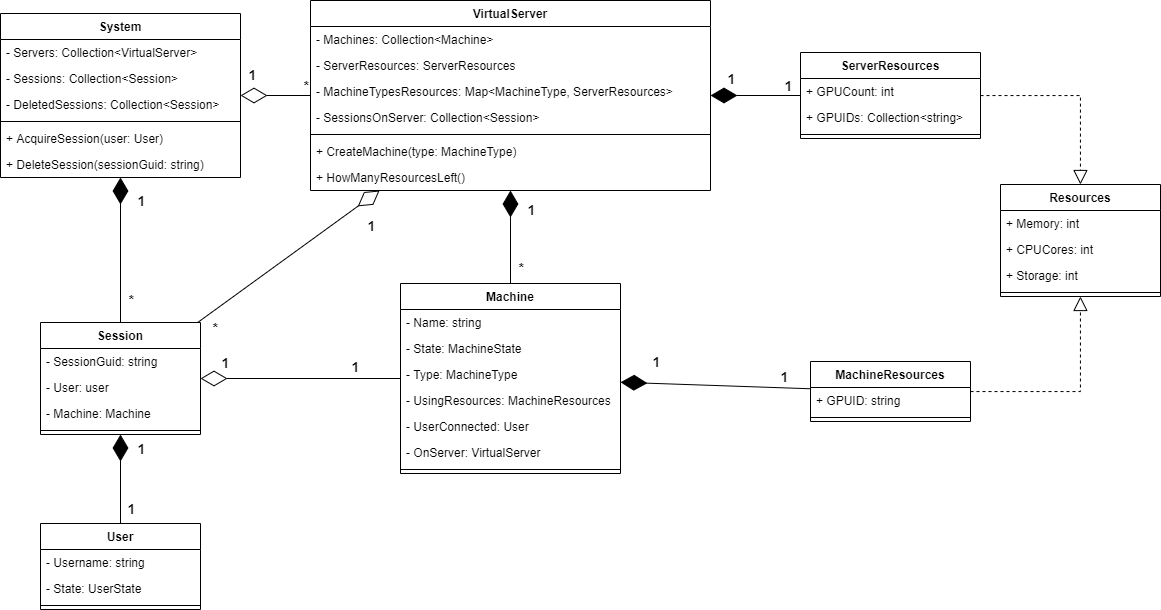
Earlier version of the draw.io export diagrams/class_diagrams/system_model.png (one-click-desktop/documentation). Source tidied: cells renumbered, new cells last; positions are measured from the earlier drawing's top-left corner, leaving out a move shared by most shapes. Its diagram source:
```xml
<mxGraphModel>
  <root>
    <mxCell id="0" />
    <mxCell id="1" parent="0" />
    <mxCell id="2" value="System" style="swimlane;fontStyle=1;align=center;verticalAlign=top;horizontal=1;startSize=26;" parent="1" vertex="1">
      <mxGeometry y="13" width="240" height="164" as="geometry" />
    </mxCell>
    <mxCell id="3" value="- Servers: Collection&lt;VirtualServer&gt;" style="text;strokeColor=none;fillColor=none;align=left;verticalAlign=top;spacingLeft=4;spacingRight=4;overflow=hidden;" parent="2" vertex="1">
      <mxGeometry y="26" width="240" height="26" as="geometry" />
    </mxCell>
    <mxCell id="4" value="- Sessions: Collection&lt;Session&gt;" style="text;strokeColor=none;fillColor=none;align=left;verticalAlign=top;spacingLeft=4;spacingRight=4;overflow=hidden;" parent="2" vertex="1">
      <mxGeometry y="52" width="240" height="26" as="geometry" />
    </mxCell>
    <mxCell id="5" value="- DeletedSessions: Collection&lt;Session&gt;" style="text;strokeColor=none;fillColor=none;align=left;verticalAlign=top;spacingLeft=4;spacingRight=4;overflow=hidden;" parent="2" vertex="1">
      <mxGeometry y="78" width="240" height="26" as="geometry" />
    </mxCell>
    <mxCell id="6" style="line;strokeWidth=1;fillColor=none;align=left;verticalAlign=middle;spacingTop=-1;spacingLeft=3;spacingRight=3;labelPosition=right;" parent="2" vertex="1">
      <mxGeometry y="104" width="240" height="8" as="geometry" />
    </mxCell>
    <mxCell id="7" value="+ AcquireSession(user: User)" style="text;strokeColor=none;fillColor=none;align=left;verticalAlign=top;spacingLeft=4;spacingRight=4;overflow=hidden;" parent="2" vertex="1">
      <mxGeometry y="112" width="240" height="26" as="geometry" />
    </mxCell>
    <mxCell id="8" value="+ DeleteSession(sessionGuid: string)" style="text;strokeColor=none;fillColor=none;align=left;verticalAlign=top;spacingLeft=4;spacingRight=4;overflow=hidden;" parent="2" vertex="1">
      <mxGeometry y="138" width="240" height="26" as="geometry" />
    </mxCell>
    <mxCell id="9" value="VirtualServer" style="swimlane;fontStyle=1;align=center;verticalAlign=top;horizontal=1;startSize=26;" parent="1" vertex="1">
      <mxGeometry x="310" width="400" height="190" as="geometry" />
    </mxCell>
    <mxCell id="10" value="- Machines: Collection&lt;Machine&gt;" style="text;strokeColor=none;fillColor=none;align=left;verticalAlign=top;spacingLeft=4;spacingRight=4;overflow=hidden;" parent="9" vertex="1">
      <mxGeometry y="26" width="400" height="26" as="geometry" />
    </mxCell>
    <mxCell id="11" value="- ServerResources: ServerResources" style="text;strokeColor=none;fillColor=none;align=left;verticalAlign=top;spacingLeft=4;spacingRight=4;overflow=hidden;" parent="9" vertex="1">
      <mxGeometry y="52" width="400" height="26" as="geometry" />
    </mxCell>
    <mxCell id="12" value="- MachineTypesResources: Map&lt;MachineType, ServerResources&gt;" style="text;strokeColor=none;fillColor=none;align=left;verticalAlign=top;spacingLeft=4;spacingRight=4;overflow=hidden;" parent="9" vertex="1">
      <mxGeometry y="78" width="400" height="26" as="geometry" />
    </mxCell>
    <mxCell id="13" value="- SessionsOnServer: Collection&lt;Session&gt;" style="text;strokeColor=none;fillColor=none;align=left;verticalAlign=top;spacingLeft=4;spacingRight=4;overflow=hidden;" parent="9" vertex="1">
      <mxGeometry y="104" width="400" height="26" as="geometry" />
    </mxCell>
    <mxCell id="14" style="line;strokeWidth=1;fillColor=none;align=left;verticalAlign=middle;spacingTop=-1;spacingLeft=3;spacingRight=3;labelPosition=right;" parent="9" vertex="1">
      <mxGeometry y="130" width="400" height="8" as="geometry" />
    </mxCell>
    <mxCell id="15" value="+ CreateMachine(type: MachineType)" style="text;strokeColor=none;fillColor=none;align=left;verticalAlign=top;spacingLeft=4;spacingRight=4;overflow=hidden;" parent="9" vertex="1">
      <mxGeometry y="138" width="400" height="26" as="geometry" />
    </mxCell>
    <mxCell id="16" value="+ HowManyResourcesLeft()" style="text;strokeColor=none;fillColor=none;align=left;verticalAlign=top;spacingLeft=4;spacingRight=4;overflow=hidden;" parent="9" vertex="1">
      <mxGeometry y="164" width="400" height="26" as="geometry" />
    </mxCell>
    <mxCell id="17" value="Machine" style="swimlane;fontStyle=1;align=center;verticalAlign=top;horizontal=1;startSize=26;" parent="1" vertex="1">
      <mxGeometry x="400" y="283" width="220" height="190" as="geometry" />
    </mxCell>
    <mxCell id="18" value="- Name: string" style="text;strokeColor=none;fillColor=none;align=left;verticalAlign=top;spacingLeft=4;spacingRight=4;overflow=hidden;" parent="17" vertex="1">
      <mxGeometry y="26" width="220" height="26" as="geometry" />
    </mxCell>
    <mxCell id="19" value="- State: MachineState" style="text;strokeColor=none;fillColor=none;align=left;verticalAlign=top;spacingLeft=4;spacingRight=4;overflow=hidden;" parent="17" vertex="1">
      <mxGeometry y="52" width="220" height="26" as="geometry" />
    </mxCell>
    <mxCell id="20" value="- Type: MachineType" style="text;strokeColor=none;fillColor=none;align=left;verticalAlign=top;spacingLeft=4;spacingRight=4;overflow=hidden;" parent="17" vertex="1">
      <mxGeometry y="78" width="220" height="26" as="geometry" />
    </mxCell>
    <mxCell id="21" value="- UsingResources: MachineResources" style="text;strokeColor=none;fillColor=none;align=left;verticalAlign=top;spacingLeft=4;spacingRight=4;overflow=hidden;" parent="17" vertex="1">
      <mxGeometry y="104" width="220" height="26" as="geometry" />
    </mxCell>
    <mxCell id="22" value="- UserConnected: User" style="text;strokeColor=none;fillColor=none;align=left;verticalAlign=top;spacingLeft=4;spacingRight=4;overflow=hidden;" parent="17" vertex="1">
      <mxGeometry y="130" width="220" height="26" as="geometry" />
    </mxCell>
    <mxCell id="23" value="- OnServer: VirtualServer" style="text;strokeColor=none;fillColor=none;align=left;verticalAlign=top;spacingLeft=4;spacingRight=4;overflow=hidden;" parent="17" vertex="1">
      <mxGeometry y="156" width="220" height="26" as="geometry" />
    </mxCell>
    <mxCell id="24" style="line;strokeWidth=1;fillColor=none;align=left;verticalAlign=middle;spacingTop=-1;spacingLeft=3;spacingRight=3;labelPosition=right;" parent="17" vertex="1">
      <mxGeometry y="182" width="220" height="8" as="geometry" />
    </mxCell>
    <mxCell id="25" value="Session" style="swimlane;fontStyle=1;align=center;verticalAlign=top;horizontal=1;startSize=26;" parent="1" vertex="1">
      <mxGeometry x="40" y="322" width="160" height="112" as="geometry" />
    </mxCell>
    <mxCell id="26" value="- SessionGuid: string" style="text;strokeColor=none;fillColor=none;align=left;verticalAlign=top;spacingLeft=4;spacingRight=4;overflow=hidden;" parent="25" vertex="1">
      <mxGeometry y="26" width="160" height="26" as="geometry" />
    </mxCell>
    <mxCell id="27" value="- User: user" style="text;strokeColor=none;fillColor=none;align=left;verticalAlign=top;spacingLeft=4;spacingRight=4;overflow=hidden;" parent="25" vertex="1">
      <mxGeometry y="52" width="160" height="26" as="geometry" />
    </mxCell>
    <mxCell id="28" value="- Machine: Machine" style="text;strokeColor=none;fillColor=none;align=left;verticalAlign=top;spacingLeft=4;spacingRight=4;overflow=hidden;" parent="25" vertex="1">
      <mxGeometry y="78" width="160" height="26" as="geometry" />
    </mxCell>
    <mxCell id="29" style="line;strokeWidth=1;fillColor=none;align=left;verticalAlign=middle;spacingTop=-1;spacingLeft=3;spacingRight=3;labelPosition=right;" parent="25" vertex="1">
      <mxGeometry y="104" width="160" height="8" as="geometry" />
    </mxCell>
    <mxCell id="30" style="endArrow=diamondThin;endFill=0;endSize=24;html=1;rounded=0;" parent="1" edge="1" source="9" target="2">
      <mxGeometry relative="1" as="geometry" />
    </mxCell>
    <mxCell id="31" value="&lt;font style=&quot;font-size: 14px&quot;&gt;&lt;b&gt;1&lt;/b&gt;&lt;/font&gt;" style="edgeLabel;html=1;align=center;verticalAlign=middle;" parent="30" vertex="1">
      <mxGeometry x="0.67" y="-3" relative="1" as="geometry">
        <mxPoint y="-19" as="offset" />
      </mxGeometry>
    </mxCell>
    <mxCell id="32" value="&lt;b&gt;&lt;font style=&quot;font-size: 14px&quot;&gt;*&lt;/font&gt;&lt;/b&gt;" style="edgeLabel;html=1;align=center;verticalAlign=middle;" parent="30" vertex="1">
      <mxGeometry x="-0.68" y="1" relative="1" as="geometry">
        <mxPoint x="6" y="-12" as="offset" />
      </mxGeometry>
    </mxCell>
    <mxCell id="33" style="endArrow=diamondThin;endFill=1;endSize=24;html=1;rounded=0;fontSize=14;" parent="1" edge="1" source="17" target="9">
      <mxGeometry relative="1" as="geometry" />
    </mxCell>
    <mxCell id="34" value="&lt;b&gt;1&lt;/b&gt;" style="edgeLabel;html=1;align=center;verticalAlign=middle;fontSize=14;" parent="33" vertex="1">
      <mxGeometry x="0.57" y="-2" relative="1" as="geometry">
        <mxPoint x="18" y="-2" as="offset" />
      </mxGeometry>
    </mxCell>
    <mxCell id="35" value="&lt;b&gt;*&lt;/b&gt;" style="edgeLabel;html=1;align=center;verticalAlign=middle;fontSize=14;" parent="33" vertex="1">
      <mxGeometry x="-0.64" y="2" relative="1" as="geometry">
        <mxPoint x="12" as="offset" />
      </mxGeometry>
    </mxCell>
    <mxCell id="36" style="endArrow=diamondThin;endFill=0;endSize=24;html=1;rounded=0;fontSize=14;" parent="1" edge="1" source="17" target="25">
      <mxGeometry relative="1" as="geometry" />
    </mxCell>
    <mxCell id="37" value="&lt;b&gt;1&lt;/b&gt;" style="edgeLabel;html=1;align=center;verticalAlign=middle;fontSize=14;" parent="36" vertex="1">
      <mxGeometry x="0.71" y="-1" relative="1" as="geometry">
        <mxPoint x="-5" y="-16" as="offset" />
      </mxGeometry>
    </mxCell>
    <mxCell id="38" value="&lt;b&gt;1&lt;/b&gt;" style="edgeLabel;html=1;align=center;verticalAlign=middle;fontSize=14;" parent="36" vertex="1">
      <mxGeometry x="-0.28" y="-2" relative="1" as="geometry">
        <mxPoint x="26" y="-11" as="offset" />
      </mxGeometry>
    </mxCell>
    <mxCell id="39" style="endArrow=diamondThin;endFill=1;endSize=24;html=1;rounded=0;fontSize=14;" parent="1" edge="1" source="25" target="2">
      <mxGeometry relative="1" as="geometry" />
    </mxCell>
    <mxCell id="40" value="&lt;b&gt;1&lt;/b&gt;" style="edgeLabel;html=1;align=center;verticalAlign=middle;fontSize=14;" parent="39" vertex="1">
      <mxGeometry x="0.69" y="-2" relative="1" as="geometry">
        <mxPoint x="18" as="offset" />
      </mxGeometry>
    </mxCell>
    <mxCell id="41" value="&lt;b&gt;*&lt;/b&gt;" style="edgeLabel;html=1;align=center;verticalAlign=middle;fontSize=14;" parent="39" vertex="1">
      <mxGeometry x="-0.67" y="1" relative="1" as="geometry">
        <mxPoint x="11" as="offset" />
      </mxGeometry>
    </mxCell>
    <mxCell id="42" value="User" style="swimlane;fontStyle=1;align=center;verticalAlign=top;horizontal=1;startSize=26;fontSize=12;" parent="1" vertex="1">
      <mxGeometry x="40" y="523" width="160" height="86" as="geometry" />
    </mxCell>
    <mxCell id="43" value="- Username: string" style="text;strokeColor=none;fillColor=none;align=left;verticalAlign=top;spacingLeft=4;spacingRight=4;overflow=hidden;fontSize=12;" parent="42" vertex="1">
      <mxGeometry y="26" width="160" height="26" as="geometry" />
    </mxCell>
    <mxCell id="44" value="- State: UserState" style="text;strokeColor=none;fillColor=none;align=left;verticalAlign=top;spacingLeft=4;spacingRight=4;overflow=hidden;fontSize=12;" parent="42" vertex="1">
      <mxGeometry y="52" width="160" height="26" as="geometry" />
    </mxCell>
    <mxCell id="45" style="line;strokeWidth=1;fillColor=none;align=left;verticalAlign=middle;spacingTop=-1;spacingLeft=3;spacingRight=3;labelPosition=right;fontSize=14;" parent="42" vertex="1">
      <mxGeometry y="78" width="160" height="8" as="geometry" />
    </mxCell>
    <mxCell id="46" style="endArrow=diamondThin;endFill=1;endSize=24;html=1;rounded=0;fontSize=14;" parent="1" edge="1" source="42" target="25">
      <mxGeometry relative="1" as="geometry" />
    </mxCell>
    <mxCell id="47" value="&lt;b&gt;1&lt;/b&gt;" style="edgeLabel;html=1;align=center;verticalAlign=middle;fontSize=14;" parent="46" vertex="1">
      <mxGeometry x="0.69" y="-2" relative="1" as="geometry">
        <mxPoint x="18" as="offset" />
      </mxGeometry>
    </mxCell>
    <mxCell id="48" value="&lt;b&gt;1&lt;/b&gt;" style="edgeLabel;html=1;align=center;verticalAlign=middle;fontSize=14;" parent="46" vertex="1">
      <mxGeometry x="-0.67" y="1" relative="1" as="geometry">
        <mxPoint x="11" as="offset" />
      </mxGeometry>
    </mxCell>
    <mxCell id="49" value="Resources" style="swimlane;fontStyle=1;align=center;verticalAlign=top;horizontal=1;startSize=26;fontSize=12;" parent="1" vertex="1">
      <mxGeometry x="1000" y="184" width="160" height="112" as="geometry" />
    </mxCell>
    <mxCell id="50" value="+ Memory: int" style="text;strokeColor=none;fillColor=none;align=left;verticalAlign=top;spacingLeft=4;spacingRight=4;overflow=hidden;fontSize=12;" parent="49" vertex="1">
      <mxGeometry y="26" width="160" height="26" as="geometry" />
    </mxCell>
    <mxCell id="51" value="+ CPUCores: int" style="text;strokeColor=none;fillColor=none;align=left;verticalAlign=top;spacingLeft=4;spacingRight=4;overflow=hidden;fontSize=12;" parent="49" vertex="1">
      <mxGeometry y="52" width="160" height="26" as="geometry" />
    </mxCell>
    <mxCell id="52" value="+ Storage: int" style="text;strokeColor=none;fillColor=none;align=left;verticalAlign=top;spacingLeft=4;spacingRight=4;overflow=hidden;fontSize=12;" parent="49" vertex="1">
      <mxGeometry y="78" width="160" height="26" as="geometry" />
    </mxCell>
    <mxCell id="53" style="line;strokeWidth=1;fillColor=none;align=left;verticalAlign=middle;spacingTop=-1;spacingLeft=3;spacingRight=3;labelPosition=right;fontSize=12;" parent="49" vertex="1">
      <mxGeometry y="104" width="160" height="8" as="geometry" />
    </mxCell>
    <mxCell id="54" value="MachineResources" style="swimlane;fontStyle=1;align=center;verticalAlign=top;horizontal=1;startSize=26;fontSize=12;" parent="1" vertex="1">
      <mxGeometry x="810" y="361" width="160" height="60" as="geometry" />
    </mxCell>
    <mxCell id="55" value="+ GPUID: string" style="text;strokeColor=none;fillColor=none;align=left;verticalAlign=top;spacingLeft=4;spacingRight=4;overflow=hidden;fontSize=12;" parent="54" vertex="1">
      <mxGeometry y="26" width="160" height="26" as="geometry" />
    </mxCell>
    <mxCell id="56" style="line;strokeWidth=1;fillColor=none;align=left;verticalAlign=middle;spacingTop=-1;spacingLeft=3;spacingRight=3;labelPosition=right;fontSize=12;" parent="54" vertex="1">
      <mxGeometry y="52" width="160" height="8" as="geometry" />
    </mxCell>
    <mxCell id="57" value="ServerResources" style="swimlane;fontStyle=1;align=center;verticalAlign=top;horizontal=1;startSize=26;fontSize=12;" parent="1" vertex="1">
      <mxGeometry x="800" y="52" width="180" height="86" as="geometry" />
    </mxCell>
    <mxCell id="58" value="+ GPUCount: int" style="text;strokeColor=none;fillColor=none;align=left;verticalAlign=top;spacingLeft=4;spacingRight=4;overflow=hidden;fontSize=12;" parent="57" vertex="1">
      <mxGeometry y="26" width="180" height="26" as="geometry" />
    </mxCell>
    <mxCell id="59" value="+ GPUIDs: Collection&lt;string&gt;" style="text;strokeColor=none;fillColor=none;align=left;verticalAlign=top;spacingLeft=4;spacingRight=4;overflow=hidden;fontSize=12;" parent="57" vertex="1">
      <mxGeometry y="52" width="180" height="26" as="geometry" />
    </mxCell>
    <mxCell id="60" style="line;strokeWidth=1;fillColor=none;align=left;verticalAlign=middle;spacingTop=-1;spacingLeft=3;spacingRight=3;labelPosition=right;fontSize=12;" parent="57" vertex="1">
      <mxGeometry y="78" width="180" height="8" as="geometry" />
    </mxCell>
    <mxCell id="61" style="endArrow=block;dashed=1;endFill=0;endSize=12;html=1;rounded=0;fontSize=12;edgeStyle=orthogonalEdgeStyle;" parent="1" edge="1" source="57" target="49">
      <mxGeometry relative="1" as="geometry" />
    </mxCell>
    <mxCell id="62" style="endArrow=block;dashed=1;endFill=0;endSize=12;html=1;rounded=0;fontSize=12;edgeStyle=orthogonalEdgeStyle;" parent="1" edge="1" source="54" target="49">
      <mxGeometry relative="1" as="geometry" />
    </mxCell>
    <mxCell id="63" style="endArrow=diamondThin;endFill=1;endSize=24;html=1;rounded=0;fontSize=14;" parent="1" edge="1" source="54" target="17">
      <mxGeometry relative="1" as="geometry" />
    </mxCell>
    <mxCell id="64" value="&lt;b&gt;1&lt;/b&gt;" style="edgeLabel;html=1;align=center;verticalAlign=middle;fontSize=14;" parent="63" vertex="1">
      <mxGeometry x="0.69" y="-2" relative="1" as="geometry">
        <mxPoint x="6" y="-20" as="offset" />
      </mxGeometry>
    </mxCell>
    <mxCell id="65" value="&lt;b&gt;1&lt;/b&gt;" style="edgeLabel;html=1;align=center;verticalAlign=middle;fontSize=14;" parent="63" vertex="1">
      <mxGeometry x="-0.67" y="1" relative="1" as="geometry">
        <mxPoint x="5" y="-13" as="offset" />
      </mxGeometry>
    </mxCell>
    <mxCell id="66" style="endArrow=diamondThin;endFill=1;endSize=24;html=1;rounded=0;fontSize=14;" parent="1" edge="1" source="57" target="9">
      <mxGeometry relative="1" as="geometry" />
    </mxCell>
    <mxCell id="67" value="&lt;b&gt;1&lt;/b&gt;" style="edgeLabel;html=1;align=center;verticalAlign=middle;fontSize=14;" parent="66" vertex="1">
      <mxGeometry x="0.69" y="-2" relative="1" as="geometry">
        <mxPoint x="7" y="-16" as="offset" />
      </mxGeometry>
    </mxCell>
    <mxCell id="68" value="&lt;b&gt;1&lt;/b&gt;" style="edgeLabel;html=1;align=center;verticalAlign=middle;fontSize=14;" parent="66" vertex="1">
      <mxGeometry x="-0.67" y="1" relative="1" as="geometry">
        <mxPoint x="3" y="-12" as="offset" />
      </mxGeometry>
    </mxCell>
    <mxCell id="69" style="endArrow=diamondThin;endFill=0;endSize=24;html=1;rounded=0;fontSize=14;" parent="1" edge="1" source="25" target="9">
      <mxGeometry relative="1" as="geometry" />
    </mxCell>
    <mxCell id="70" value="&lt;b&gt;1&lt;/b&gt;" style="edgeLabel;html=1;align=center;verticalAlign=middle;fontSize=14;" parent="69" vertex="1">
      <mxGeometry x="0.71" y="-1" relative="1" as="geometry">
        <mxPoint x="17" y="14" as="offset" />
      </mxGeometry>
    </mxCell>
    <mxCell id="71" value="&lt;b&gt;*&lt;/b&gt;" style="edgeLabel;html=1;align=center;verticalAlign=middle;fontSize=14;" parent="69" vertex="1">
      <mxGeometry x="-0.28" y="-2" relative="1" as="geometry">
        <mxPoint x="-50" y="50" as="offset" />
      </mxGeometry>
    </mxCell>
  </root>
</mxGraphModel>
```
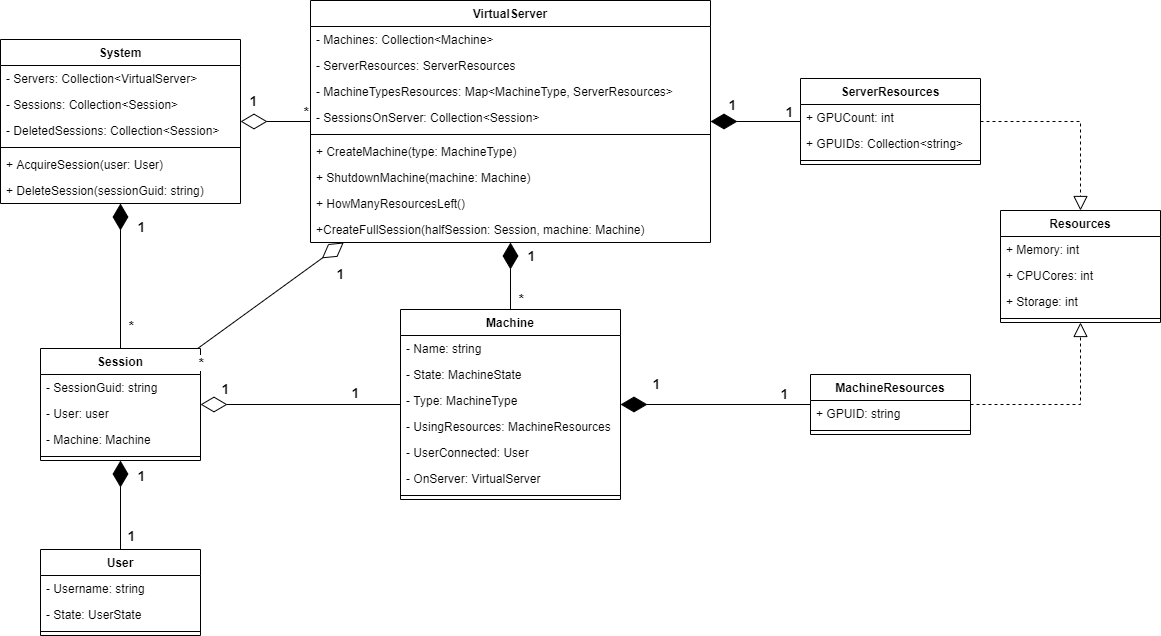
Later version of the same file.

Commit message:
Dodanie eksportów poprawionych diagramu klas

The edit, as a diff of the source:
```diff
@@ -24,7 +24,7 @@
       <mxGeometry y="138" width="240" height="26" as="geometry" />
     </mxCell>
     <mxCell id="9" value="VirtualServer" style="swimlane;fontStyle=1;align=center;verticalAlign=top;horizontal=1;startSize=26;" parent="1" vertex="1">
-      <mxGeometry x="310" width="400" height="190" as="geometry" />
+      <mxGeometry x="310" y="-26" width="400" height="242" as="geometry" />
     </mxCell>
     <mxCell id="10" value="- Machines: Collection&lt;Machine&gt;" style="text;strokeColor=none;fillColor=none;align=left;verticalAlign=top;spacingLeft=4;spacingRight=4;overflow=hidden;" parent="9" vertex="1">
       <mxGeometry y="26" width="400" height="26" as="geometry" />
@@ -44,9 +44,15 @@
     <mxCell id="15" value="+ CreateMachine(type: MachineType)" style="text;strokeColor=none;fillColor=none;align=left;verticalAlign=top;spacingLeft=4;spacingRight=4;overflow=hidden;" parent="9" vertex="1">
       <mxGeometry y="138" width="400" height="26" as="geometry" />
     </mxCell>
-    <mxCell id="16" value="+ HowManyResourcesLeft()" style="text;strokeColor=none;fillColor=none;align=left;verticalAlign=top;spacingLeft=4;spacingRight=4;overflow=hidden;" parent="9" vertex="1">
+    <mxCell id="16" value="+ ShutdownMachine(machine: Machine)" style="text;strokeColor=none;fillColor=none;align=left;verticalAlign=top;spacingLeft=4;spacingRight=4;overflow=hidden;" parent="9" vertex="1">
       <mxGeometry y="164" width="400" height="26" as="geometry" />
     </mxCell>
+    <mxCell id="72" value="+ HowManyResourcesLeft()" style="text;strokeColor=none;fillColor=none;align=left;verticalAlign=top;spacingLeft=4;spacingRight=4;overflow=hidden;" parent="9" vertex="1">
+      <mxGeometry y="190" width="400" height="26" as="geometry" />
+    </mxCell>
+    <mxCell id="73" value="+CreateFullSession(halfSession: Session, machine: Machine)" style="text;strokeColor=none;fillColor=none;align=left;verticalAlign=top;spacingLeft=4;spacingRight=4;overflow=hidden;" parent="9" vertex="1">
+      <mxGeometry y="216" width="400" height="26" as="geometry" />
+    </mxCell>
     <mxCell id="17" value="Machine" style="swimlane;fontStyle=1;align=center;verticalAlign=top;horizontal=1;startSize=26;" parent="1" vertex="1">
       <mxGeometry x="400" y="283" width="220" height="190" as="geometry" />
     </mxCell>
@@ -179,7 +185,7 @@
       <mxGeometry y="104" width="160" height="8" as="geometry" />
     </mxCell>
     <mxCell id="54" value="MachineResources" style="swimlane;fontStyle=1;align=center;verticalAlign=top;horizontal=1;startSize=26;fontSize=12;" parent="1" vertex="1">
-      <mxGeometry x="810" y="361" width="160" height="60" as="geometry" />
+      <mxGeometry x="810" y="348" width="160" height="60" as="geometry" />
     </mxCell>
     <mxCell id="55" value="+ GPUID: string" style="text;strokeColor=none;fillColor=none;align=left;verticalAlign=top;spacingLeft=4;spacingRight=4;overflow=hidden;fontSize=12;" parent="54" vertex="1">
       <mxGeometry y="26" width="160" height="26" as="geometry" />
```
